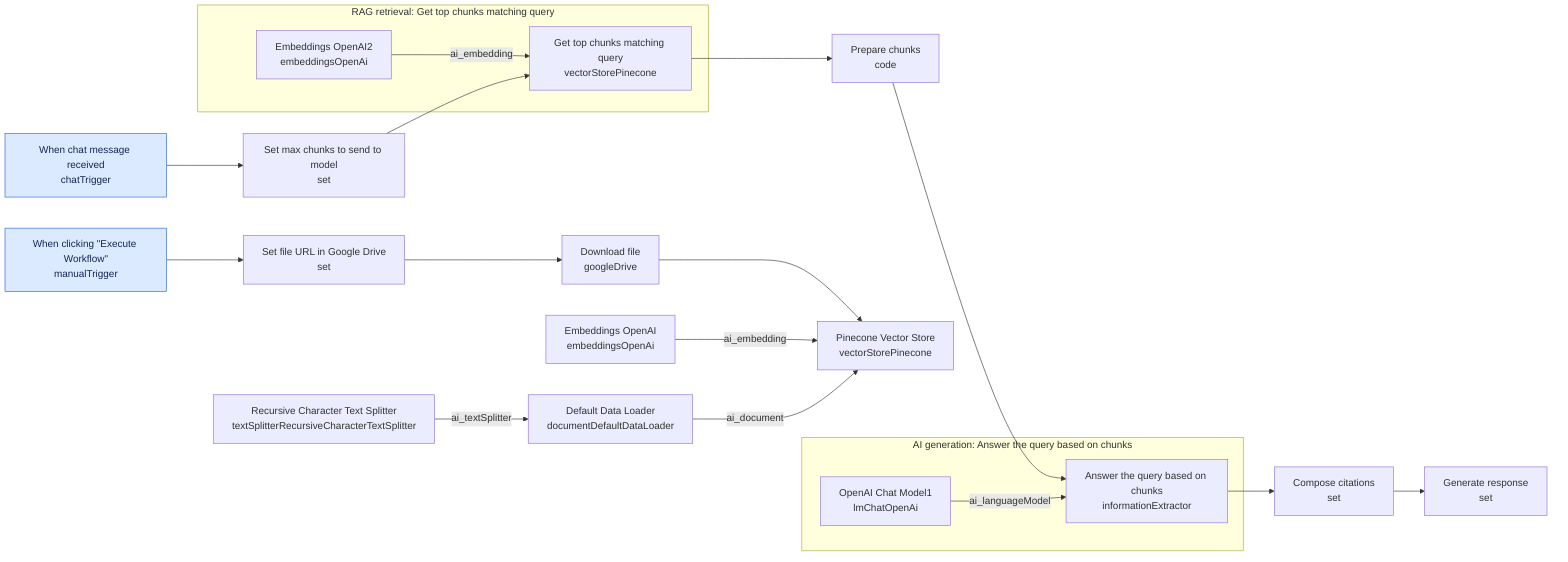
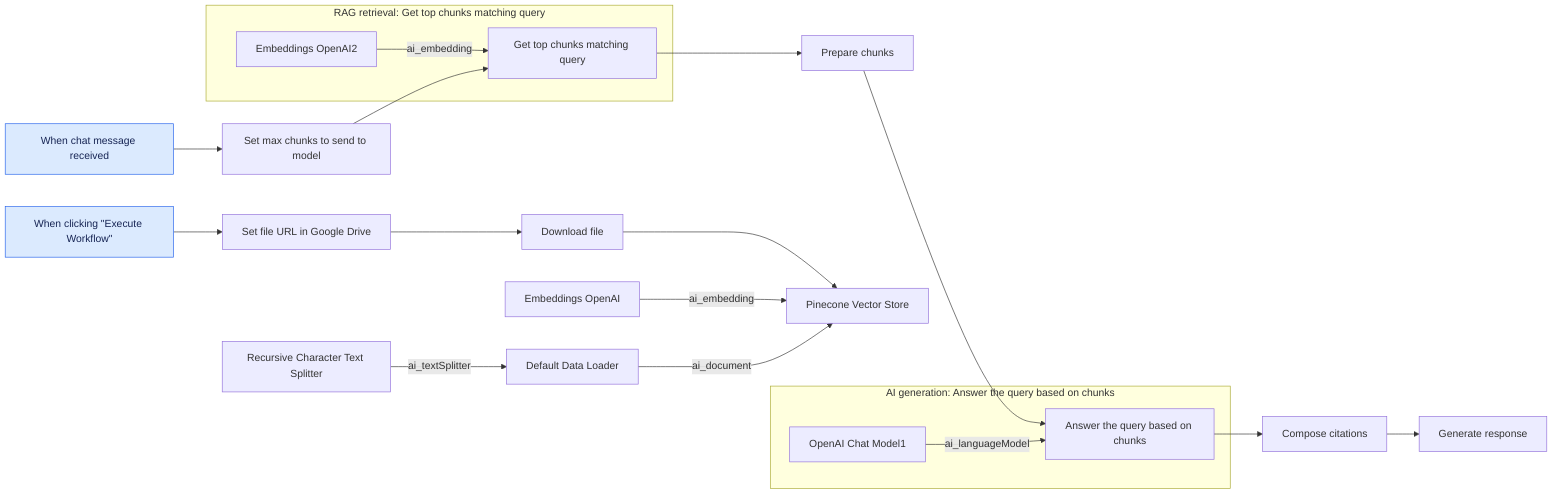
flowchart LR
    subgraph rag_group_1["RAG retrieval: Get top chunks matching query"]
-         n8["Embeddings OpenAI2\nembeddingsOpenAi"]
-         n12["Get top chunks matching query\nvectorStorePinecone"]
+         %% type: embeddingsOpenAi
+         n8["Embeddings OpenAI2"]
+         %% type: vectorStorePinecone
+         n12["Get top chunks matching query"]
    end
    subgraph generation_group_1["AI generation: Answer the query based on chunks"]
-         n4["OpenAI Chat Model1\nlmChatOpenAi"]
-         n14["Answer the query based on chunks\ninformationExtractor"]
+         %% type: lmChatOpenAi
+         n4["OpenAI Chat Model1"]
+         %% type: informationExtractor
+         n14["Answer the query based on chunks"]
    end
-     n1["When clicking &quot;Execute Workflow&quot;\nmanualTrigger"]
-     n2["Pinecone Vector Store\nvectorStorePinecone"]
-     n3["When chat message received\nchatTrigger"]
-     n5["Set file URL in Google Drive\nset"]
-     n6["Download file\ngoogleDrive"]
-     n7["Default Data Loader\ndocumentDefaultDataLoader"]
-     n9["Embeddings OpenAI\nembeddingsOpenAi"]
-     n10["Recursive Character Text Splitter\ntextSplitterRecursiveCharacterTextSplitter"]
-     n11["Set max chunks to send to model\nset"]
-     n13["Prepare chunks\ncode"]
-     n15["Compose citations\nset"]
-     n16["Generate response\nset"]
+     %% type: manualTrigger
+     n1["When clicking &quot;Execute Workflow&quot;"]
+     %% type: vectorStorePinecone
+     n2["Pinecone Vector Store"]
+     %% type: chatTrigger
+     n3["When chat message received"]
+     %% type: set
+     n5["Set file URL in Google Drive"]
+     %% type: googleDrive
+     n6["Download file"]
+     %% type: documentDefaultDataLoader
+     n7["Default Data Loader"]
+     %% type: embeddingsOpenAi
+     n9["Embeddings OpenAI"]
+     %% type: textSplitterRecursiveCharacterTextSplitter
+     n10["Recursive Character Text Splitter"]
+     %% type: set
+     n11["Set max chunks to send to model"]
+     %% type: code
+     n13["Prepare chunks"]
+     %% type: set
+     n15["Compose citations"]
+     %% type: set
+     n16["Generate response"]
    n6 --> n2
    n13 --> n14
    n15 --> n16
    n9 -->|ai_embedding| n2
    n8 -->|ai_embedding| n12
    n4 -->|ai_languageModel| n14
    n7 -->|ai_document| n2
    n3 --> n11
    n5 --> n6
    n12 --> n13
    n11 --> n12
    n14 --> n15
    n1 --> n5
    n10 -->|ai_textSplitter| n7
    class n1,n3 trigger
    classDef trigger fill:#dbeafe,stroke:#2563eb,color:#172554
